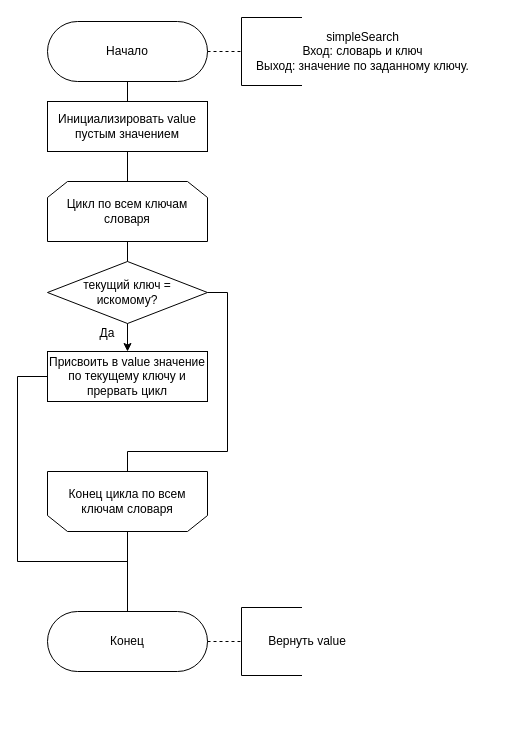
This is AA/lab_07/docs/imgs/simple_search.drawio from Yokud/5_sem_SE, a draw.io file, before an edit. Source tidied: cells renumbered, new cells numbered last; positions are measured from the earlier drawing's top-left corner, leaving out a move shared by most shapes. Both pictures are drawn from the tidied source at 100%, with x=0, y=0 at pixel (17, 21).
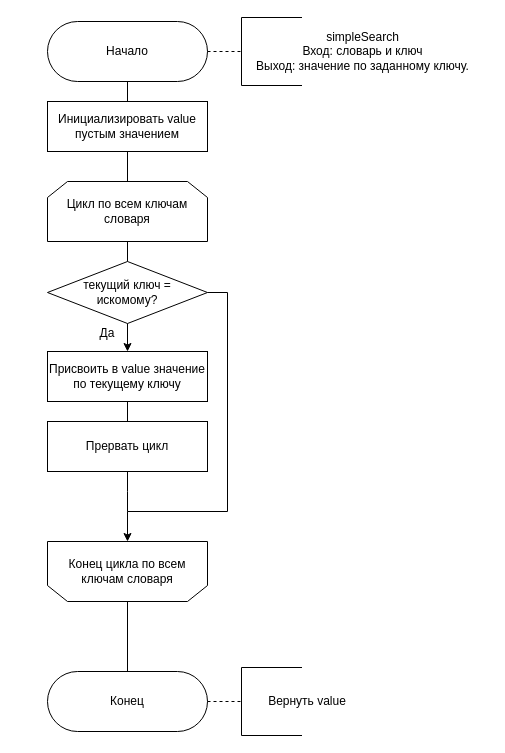
The same diagram, later.

Change to the diagram source:
```diff
@@
     <mxCell id="4" value="Конец цикла по всем ключам словаря" style="shape=loopLimit;whiteSpace=wrap;html=1;direction=west;" parent="1" vertex="1">
-      <mxGeometry x="30" y="450" width="160" height="60" as="geometry" />
+      <mxGeometry x="30" y="520" width="160" height="60" as="geometry" />
     </mxCell>
@@
     <mxCell id="6" value="Конец" style="rounded=1;whiteSpace=wrap;html=1;arcSize=50;" parent="1" vertex="1">
-      <mxGeometry x="30" y="590" width="160" height="60" as="geometry" />
+      <mxGeometry x="30" y="650" width="160" height="60" as="geometry" />
     </mxCell>
@@
+    <mxCell id="28" style="edgeStyle=orthogonalEdgeStyle;rounded=0;jettySize=auto;html=1;exitX=0.5;exitY=1;exitDx=0;exitDy=0;entryX=0.5;entryY=0;entryDx=0;entryDy=0;endArrow=none;endFill=0;" parent="1" edge="1" source="8" target="30">
+      <mxGeometry relative="1" as="geometry" />
+    </mxCell>
-    <mxCell id="8" value="Присвоить в value значение по текущему ключу и прервать цикл" style="rounded=0;whiteSpace=wrap;html=1;" parent="1" vertex="1">
+    <mxCell id="8" value="Присвоить в value значение по текущему ключу" style="rounded=0;whiteSpace=wrap;html=1;" parent="1" vertex="1">
       <mxGeometry x="30" y="330" width="160" height="50" as="geometry" />
     </mxCell>
@@
     <mxCell id="10" style="endArrow=none;html=1;" parent="1" edge="1">
       <mxGeometry relative="1" as="geometry">
-        <mxPoint x="210" y="430" as="sourcePoint" />
+        <mxPoint x="210" y="490" as="sourcePoint" />
         <mxPoint x="210" y="271" as="targetPoint" />
       </mxGeometry>
     </mxCell>
@@
     <mxCell id="12" style="endArrow=none;html=1;" parent="1" edge="1">
       <mxGeometry relative="1" as="geometry">
-        <mxPoint x="110" y="430" as="sourcePoint" />
-        <mxPoint x="210" y="430" as="targetPoint" />
+        <mxPoint x="110" y="490" as="sourcePoint" />
+        <mxPoint x="210" y="490" as="targetPoint" />
       </mxGeometry>
     </mxCell>
-    <mxCell id="13" style="endArrow=none;html=1;exitX=0.5;exitY=1;exitDx=0;exitDy=0;" parent="1" edge="1" source="4">
+    <mxCell id="13" style="endArrow=classic;html=1;exitX=0.5;exitY=1;exitDx=0;exitDy=0;endFill=1;entryX=0.5;entryY=1;entryDx=0;entryDy=0;" parent="1" edge="1" target="4">
       <mxGeometry relative="1" as="geometry">
-        <mxPoint x="110" y="430" as="targetPoint" />
+        <mxPoint x="110" y="490" as="sourcePoint" />
       </mxGeometry>
     </mxCell>
-    <mxCell id="14" style="endArrow=none;html=1;jumpSize=6;" parent="1" edge="1">
-      <mxGeometry relative="1" as="geometry">
-        <mxPoint y="540" as="sourcePoint" />
-        <mxPoint y="355" as="targetPoint" />
-      </mxGeometry>
-    </mxCell>
-    <mxCell id="15" style="endArrow=none;html=1;" parent="1" edge="1">
-      <mxGeometry relative="1" as="geometry">
-        <mxPoint y="540" as="sourcePoint" />
-        <mxPoint x="110" y="540" as="targetPoint" />
-      </mxGeometry>
-    </mxCell>
-    <mxCell id="16" style="endArrow=none;html=1;entryX=0;entryY=0.5;entryDx=0;entryDy=0;" parent="1" edge="1" target="8">
-      <mxGeometry relative="1" as="geometry">
-        <mxPoint y="355" as="sourcePoint" />
-      </mxGeometry>
-    </mxCell>
@@
     <mxCell id="23" value="Вернуть value" style="text;html=1;strokeColor=none;fillColor=none;align=center;verticalAlign=middle;whiteSpace=wrap;rounded=0;" parent="1" vertex="1">
-      <mxGeometry x="220" y="600" width="140" height="40" as="geometry" />
+      <mxGeometry x="220" y="660" width="140" height="40" as="geometry" />
     </mxCell>
     <mxCell id="24" style="shape=partialRectangle;whiteSpace=wrap;html=1;bottom=1;right=1;left=1;top=0;fillColor=none;routingCenterX=-0.5;rotation=90;" parent="1" vertex="1">
-      <mxGeometry x="220" y="590" width="68" height="60" as="geometry" />
+      <mxGeometry x="220" y="650" width="68" height="60" as="geometry" />
     </mxCell>
     <mxCell id="25" style="endArrow=none;dashed=1;html=1;exitX=1;exitY=0.5;exitDx=0;exitDy=0;entryX=0.5;entryY=1;entryDx=0;entryDy=0;" parent="1" edge="1" target="24">
       <mxGeometry relative="1" as="geometry">
-        <mxPoint x="190" y="620" as="sourcePoint" />
+        <mxPoint x="190" y="680" as="sourcePoint" />
       </mxGeometry>
     </mxCell>
@@
+    <mxCell id="29" style="edgeStyle=orthogonalEdgeStyle;rounded=0;jettySize=auto;html=1;exitX=0.5;exitY=1;exitDx=0;exitDy=0;endArrow=none;endFill=0;" parent="1" edge="1" source="30">
+      <mxGeometry relative="1" as="geometry">
+        <mxPoint x="110" y="490" as="targetPoint" />
+      </mxGeometry>
+    </mxCell>
+    <mxCell id="30" value="Прервать цикл" style="rounded=0;whiteSpace=wrap;html=1;" parent="1" vertex="1">
+      <mxGeometry x="30" y="400" width="160" height="50" as="geometry" />
+    </mxCell>
```
